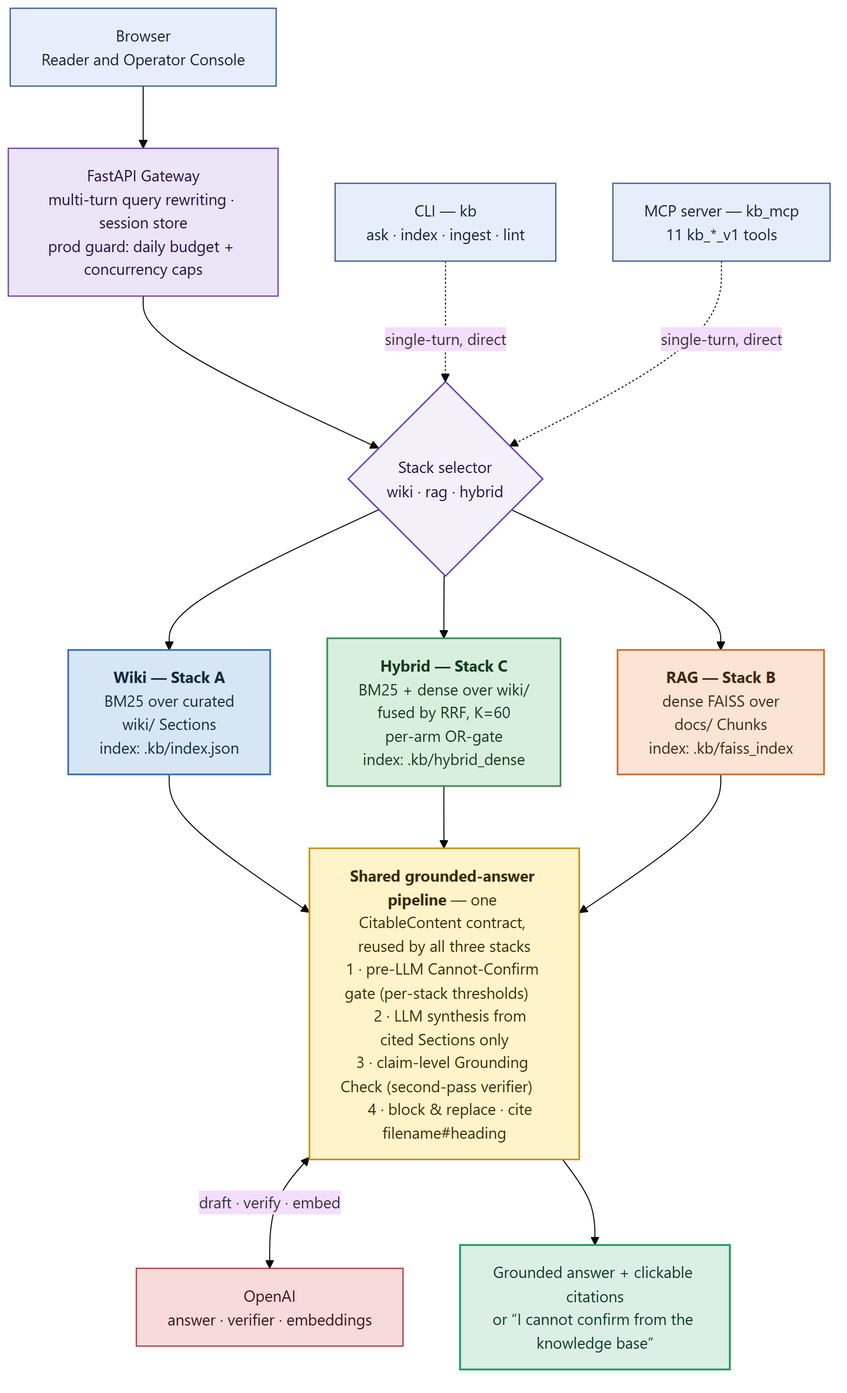
Earlier version of the Mermaid export project-docs/architecture/runtime.png (PaynePew/knowledge_base_qa_bot). Its source is kept beside it as project-docs/architecture/runtime.mmd.
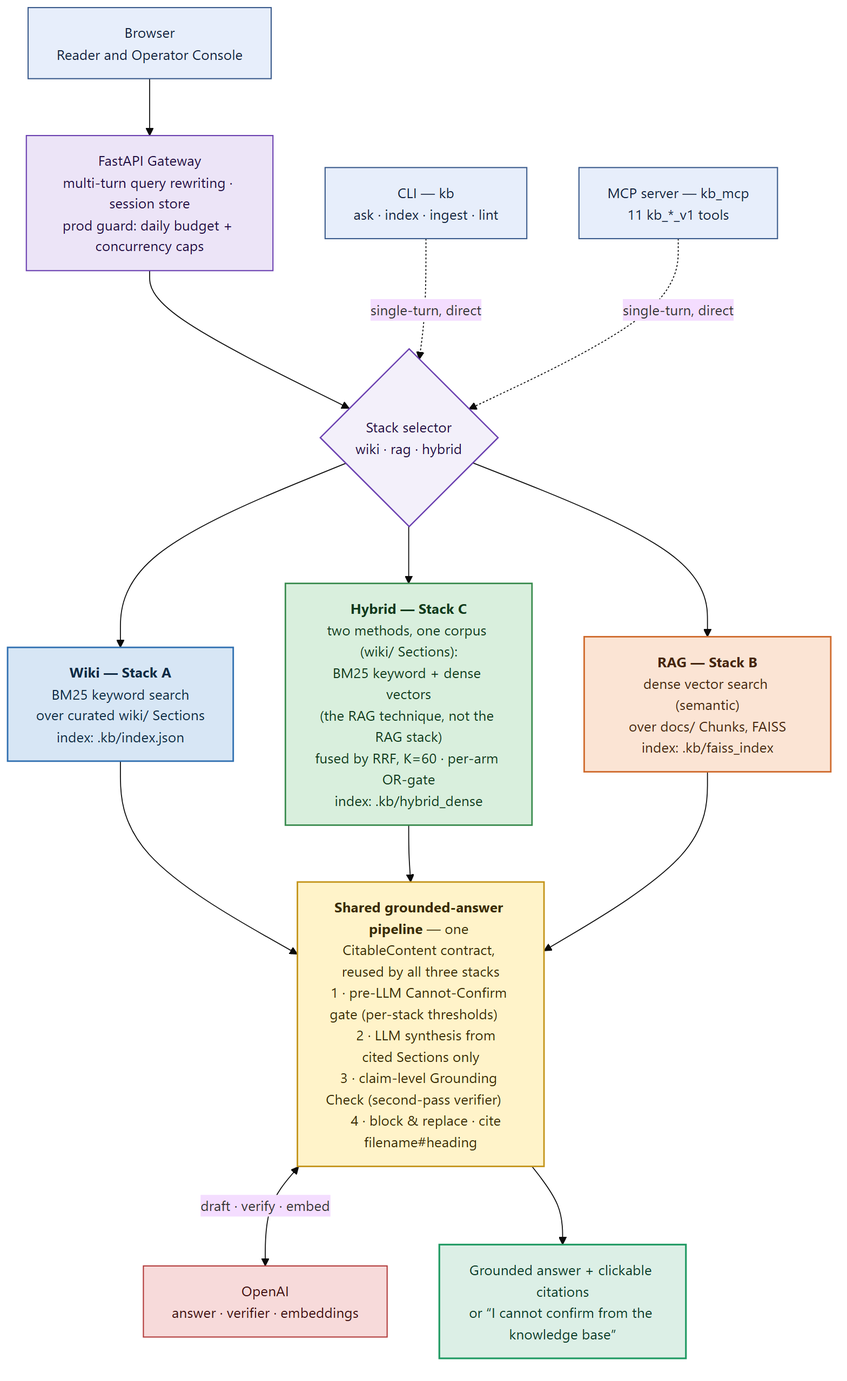
The same file after the commit.

Commit message:
docs: clarify Hybrid is two methods over wiki, not a fusion of the two stacks

The edit, as a diff of the source:
```diff
@@ -22,9 +22,9 @@
     CLI -. "single-turn, direct" .-> SEL
     MCP -. "single-turn, direct" .-> SEL
 
-    WIKI["<b>Wiki — Stack A</b><br/>BM25 over curated<br/>wiki/ Sections<br/>index: .kb/index.json"]:::wiki
-    HYB["<b>Hybrid — Stack C</b><br/>BM25 + dense over wiki/<br/>fused by RRF, K=60<br/>per-arm OR-gate<br/>index: .kb/hybrid_dense"]:::hybrid
-    RAG["<b>RAG — Stack B</b><br/>dense FAISS over<br/>docs/ Chunks<br/>index: .kb/faiss_index"]:::rag
+    WIKI["<b>Wiki — Stack A</b><br/>BM25 keyword search<br/>over curated wiki/ Sections<br/>index: .kb/index.json"]:::wiki
+    HYB["<b>Hybrid — Stack C</b><br/>two methods, one corpus (wiki/ Sections):<br/>BM25 keyword + dense vectors<br/>(the RAG technique, not the RAG stack)<br/>fused by RRF, K=60 · per-arm OR-gate<br/>index: .kb/hybrid_dense"]:::hybrid
+    RAG["<b>RAG — Stack B</b><br/>dense vector search (semantic)<br/>over docs/ Chunks, FAISS<br/>index: .kb/faiss_index"]:::rag
 
     SEL --> WIKI
     SEL --> HYB
```
